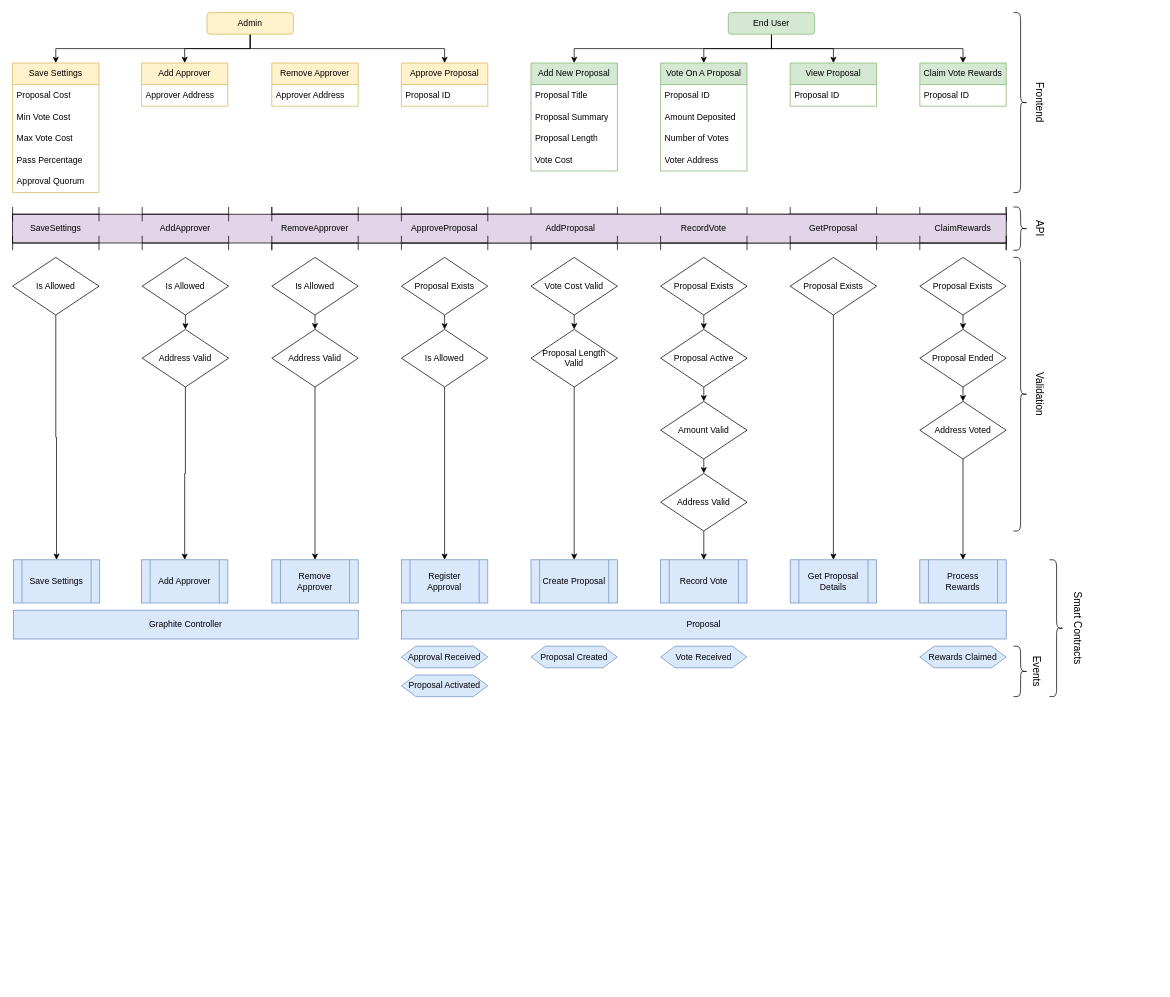
Before: Graphite.drawio in hello-adam-martin/diagrams, a draw.io diagram. Source tidied: cells renumbered, new cells numbered last; positions are measured from the earlier drawing's top-left corner, leaving out a move shared by most shapes. Both pictures are drawn from the tidied source at 72%, with x=0, y=0 at pixel (12, 12).
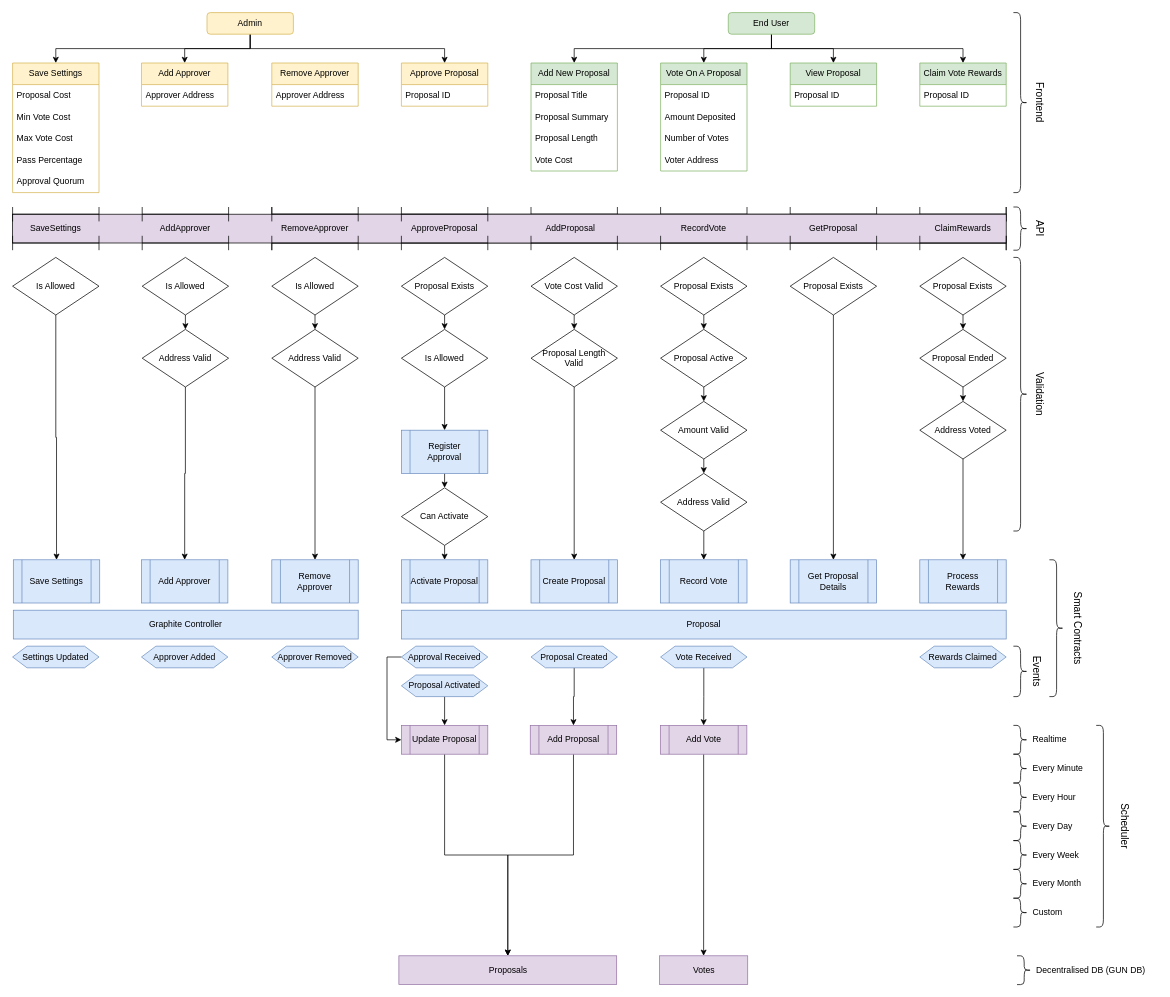
The same page after the edit.

The change refers to these unchanged cells:
```xml
<mxCell id="116" value="Proposal Created" style="shape=hexagon;perimeter=hexagonPerimeter2;whiteSpace=wrap;html=1;fixedSize=1;fillColor=#dae8fc;strokeColor=#6c8ebf;" parent="1" vertex="1">
  <mxGeometry x="720" y="880" width="120" height="30" as="geometry" />
</mxCell>
<mxCell id="117" value="Vote Received" style="shape=hexagon;perimeter=hexagonPerimeter2;whiteSpace=wrap;html=1;fixedSize=1;fillColor=#dae8fc;strokeColor=#6c8ebf;" parent="1" vertex="1">
  <mxGeometry x="900" y="880" width="120" height="30" as="geometry" />
</mxCell>
<mxCell id="119" value="Approval Received" style="shape=hexagon;perimeter=hexagonPerimeter2;whiteSpace=wrap;html=1;fixedSize=1;fillColor=#dae8fc;strokeColor=#6c8ebf;" parent="1" vertex="1">
  <mxGeometry x="540" y="880" width="120" height="30" as="geometry" />
</mxCell>
<mxCell id="120" value="Proposal Activated" style="shape=hexagon;perimeter=hexagonPerimeter2;whiteSpace=wrap;html=1;fixedSize=1;fillColor=#dae8fc;strokeColor=#6c8ebf;" parent="1" vertex="1">
  <mxGeometry x="540" y="920" width="120" height="30" as="geometry" />
</mxCell>
```

Change to the diagram source:
```diff
@@
+    <mxCell id="123" style="edgeStyle=orthogonalEdgeStyle;rounded=0;jettySize=auto;html=1;exitX=0.5;exitY=1;exitDx=0;exitDy=0;entryX=0.5;entryY=0;entryDx=0;entryDy=0;" parent="1" edge="1" source="80" target="146">
+      <mxGeometry relative="1" as="geometry" />
+    </mxCell>
     <mxCell id="80" value="Register Approval" style="shape=process;whiteSpace=wrap;html=1;backgroundOutline=1;fillColor=#dae8fc;strokeColor=#6c8ebf;" parent="1" vertex="1">
-      <mxGeometry x="540" y="760" width="120" height="60" as="geometry" />
+      <mxGeometry x="540" y="580" width="120" height="60" as="geometry" />
     </mxCell>
@@
+    <mxCell id="124" style="edgeStyle=orthogonalEdgeStyle;rounded=0;jettySize=auto;html=1;exitX=0.5;exitY=1;exitDx=0;exitDy=0;entryX=0.5;entryY=0;entryDx=0;entryDy=0;" parent="1" edge="1" source="116" target="136">
+      <mxGeometry relative="1" as="geometry" />
+    </mxCell>
@@
+    <mxCell id="125" style="edgeStyle=orthogonalEdgeStyle;rounded=0;jettySize=auto;html=1;exitX=0.5;exitY=1;exitDx=0;exitDy=0;entryX=0.5;entryY=0;entryDx=0;entryDy=0;" parent="1" edge="1" source="117" target="151">
+      <mxGeometry relative="1" as="geometry" />
+    </mxCell>
@@
+    <mxCell id="126" style="edgeStyle=orthogonalEdgeStyle;rounded=0;jettySize=auto;html=1;exitX=0;exitY=0.5;exitDx=0;exitDy=0;entryX=0;entryY=0.5;entryDx=0;entryDy=0;" parent="1" edge="1" source="119" target="138">
+      <mxGeometry relative="1" as="geometry" />
+    </mxCell>
@@
+    <mxCell id="127" style="edgeStyle=orthogonalEdgeStyle;rounded=0;jettySize=auto;html=1;exitX=0.5;exitY=1;exitDx=0;exitDy=0;entryX=0.5;entryY=0;entryDx=0;entryDy=0;" parent="1" edge="1" source="120" target="138">
+      <mxGeometry relative="1" as="geometry" />
+    </mxCell>
@@
+    <mxCell id="128" value="Proposals" style="rounded=0;whiteSpace=wrap;html=1;fillColor=#e1d5e7;strokeColor=#9673a6;" parent="1" vertex="1">
+      <mxGeometry x="536.5" y="1310" width="302.5" height="40" as="geometry" />
+    </mxCell>
+    <mxCell id="129" style="shape=curlyBracket;whiteSpace=wrap;html=1;rounded=1;flipH=1;labelPosition=right;verticalLabelPosition=middle;align=left;verticalAlign=middle;" parent="1" vertex="1">
+      <mxGeometry x="1390" y="990" width="20" height="40" as="geometry" />
+    </mxCell>
+    <mxCell id="130" value="Realtime" style="text;html=1;align=left;verticalAlign=middle;strokeColor=none;fillColor=none;" parent="1" vertex="1">
+      <mxGeometry x="1415" y="995" width="70" height="30" as="geometry" />
+    </mxCell>
+    <mxCell id="131" style="shape=curlyBracket;whiteSpace=wrap;html=1;rounded=1;flipH=1;labelPosition=right;verticalLabelPosition=middle;align=left;verticalAlign=middle;" parent="1" vertex="1">
+      <mxGeometry x="1390" y="1030" width="20" height="40" as="geometry" />
+    </mxCell>
+    <mxCell id="132" value="Every Minute" style="text;html=1;align=left;verticalAlign=middle;strokeColor=none;fillColor=none;" parent="1" vertex="1">
+      <mxGeometry x="1415" y="1035" width="90" height="30" as="geometry" />
+    </mxCell>
+    <mxCell id="133" style="shape=curlyBracket;whiteSpace=wrap;html=1;rounded=1;flipH=1;labelPosition=right;verticalLabelPosition=middle;align=left;verticalAlign=middle;" parent="1" vertex="1">
+      <mxGeometry x="1390" y="1070" width="20" height="40" as="geometry" />
+    </mxCell>
+    <mxCell id="134" value="Every Hour" style="text;html=1;align=left;verticalAlign=middle;strokeColor=none;fillColor=none;" parent="1" vertex="1">
+      <mxGeometry x="1415" y="1075" width="80" height="30" as="geometry" />
+    </mxCell>
+    <mxCell id="135" style="edgeStyle=orthogonalEdgeStyle;rounded=0;jettySize=auto;html=1;exitX=0.5;exitY=1;exitDx=0;exitDy=0;" parent="1" edge="1" source="136" target="128">
+      <mxGeometry relative="1" as="geometry" />
+    </mxCell>
+    <mxCell id="136" value="Add Proposal" style="shape=process;whiteSpace=wrap;html=1;backgroundOutline=1;fillColor=#e1d5e7;strokeColor=#9673a6;" parent="1" vertex="1">
+      <mxGeometry x="719" y="990" width="120" height="40" as="geometry" />
+    </mxCell>
+    <mxCell id="137" style="edgeStyle=orthogonalEdgeStyle;rounded=0;jettySize=auto;html=1;exitX=0.5;exitY=1;exitDx=0;exitDy=0;entryX=0.5;entryY=0;entryDx=0;entryDy=0;" parent="1" edge="1" source="138" target="128">
+      <mxGeometry relative="1" as="geometry" />
+    </mxCell>
+    <mxCell id="138" value="Update Proposal" style="shape=process;whiteSpace=wrap;html=1;backgroundOutline=1;fillColor=#e1d5e7;strokeColor=#9673a6;" parent="1" vertex="1">
+      <mxGeometry x="540" y="990" width="120" height="40" as="geometry" />
+    </mxCell>
+    <mxCell id="139" style="shape=curlyBracket;whiteSpace=wrap;html=1;rounded=1;flipH=1;labelPosition=right;verticalLabelPosition=middle;align=left;verticalAlign=middle;" parent="1" vertex="1">
+      <mxGeometry x="1505" y="990" width="20" height="280" as="geometry" />
+    </mxCell>
+    <mxCell id="140" value="Scheduler" style="text;html=1;strokeColor=none;fillColor=none;align=center;verticalAlign=middle;whiteSpace=wrap;rounded=0;rotation=90;fontSize=14;" parent="1" vertex="1">
+      <mxGeometry x="1450" y="1115" width="190" height="30" as="geometry" />
+    </mxCell>
+    <mxCell id="141" value="Settings Updated" style="shape=hexagon;perimeter=hexagonPerimeter2;whiteSpace=wrap;html=1;fixedSize=1;fillColor=#dae8fc;strokeColor=#6c8ebf;" parent="1" vertex="1">
+      <mxGeometry y="880" width="120" height="30" as="geometry" />
+    </mxCell>
+    <mxCell id="142" value="Approver Added" style="shape=hexagon;perimeter=hexagonPerimeter2;whiteSpace=wrap;html=1;fixedSize=1;fillColor=#dae8fc;strokeColor=#6c8ebf;" parent="1" vertex="1">
+      <mxGeometry x="179" y="880" width="120" height="30" as="geometry" />
+    </mxCell>
+    <mxCell id="143" value="Approver Removed" style="shape=hexagon;perimeter=hexagonPerimeter2;whiteSpace=wrap;html=1;fixedSize=1;fillColor=#dae8fc;strokeColor=#6c8ebf;" parent="1" vertex="1">
+      <mxGeometry x="360" y="880" width="120" height="30" as="geometry" />
+    </mxCell>
+    <mxCell id="144" value="Activate Proposal" style="shape=process;whiteSpace=wrap;html=1;backgroundOutline=1;fillColor=#dae8fc;strokeColor=#6c8ebf;" parent="1" vertex="1">
+      <mxGeometry x="540" y="760" width="120" height="60" as="geometry" />
+    </mxCell>
+    <mxCell id="145" style="edgeStyle=orthogonalEdgeStyle;rounded=0;jettySize=auto;html=1;exitX=0.5;exitY=1;exitDx=0;exitDy=0;entryX=0.5;entryY=0;entryDx=0;entryDy=0;" parent="1" edge="1" source="146" target="144">
+      <mxGeometry relative="1" as="geometry" />
+    </mxCell>
+    <mxCell id="146" value="Can Activate" style="rhombus;whiteSpace=wrap;html=1;" parent="1" vertex="1">
+      <mxGeometry x="540" y="660" width="120" height="80" as="geometry" />
+    </mxCell>
+    <mxCell id="147" style="shape=curlyBracket;whiteSpace=wrap;html=1;rounded=1;flipH=1;labelPosition=right;verticalLabelPosition=middle;align=left;verticalAlign=middle;" parent="1" vertex="1">
+      <mxGeometry x="1395" y="1310" width="20" height="40" as="geometry" />
+    </mxCell>
+    <mxCell id="148" value="Decentralised DB (GUN DB)" style="text;html=1;align=left;verticalAlign=middle;strokeColor=none;fillColor=none;" parent="1" vertex="1">
+      <mxGeometry x="1420" y="1315" width="170" height="30" as="geometry" />
+    </mxCell>
+    <mxCell id="149" value="Votes" style="rounded=0;whiteSpace=wrap;html=1;fillColor=#e1d5e7;strokeColor=#9673a6;" parent="1" vertex="1">
+      <mxGeometry x="898.5" y="1310" width="122.5" height="40" as="geometry" />
+    </mxCell>
+    <mxCell id="150" style="edgeStyle=orthogonalEdgeStyle;rounded=0;jettySize=auto;html=1;exitX=0.5;exitY=1;exitDx=0;exitDy=0;entryX=0.5;entryY=0;entryDx=0;entryDy=0;" parent="1" edge="1" source="151" target="149">
+      <mxGeometry relative="1" as="geometry" />
+    </mxCell>
+    <mxCell id="151" value="Add Vote" style="shape=process;whiteSpace=wrap;html=1;backgroundOutline=1;fillColor=#e1d5e7;strokeColor=#9673a6;" parent="1" vertex="1">
+      <mxGeometry x="899.8" y="990" width="120" height="40" as="geometry" />
+    </mxCell>
+    <mxCell id="152" style="shape=curlyBracket;whiteSpace=wrap;html=1;rounded=1;flipH=1;labelPosition=right;verticalLabelPosition=middle;align=left;verticalAlign=middle;" parent="1" vertex="1">
+      <mxGeometry x="1390" y="1110" width="20" height="40" as="geometry" />
+    </mxCell>
+    <mxCell id="153" style="shape=curlyBracket;whiteSpace=wrap;html=1;rounded=1;flipH=1;labelPosition=right;verticalLabelPosition=middle;align=left;verticalAlign=middle;" parent="1" vertex="1">
+      <mxGeometry x="1390" y="1150" width="20" height="40" as="geometry" />
+    </mxCell>
+    <mxCell id="154" value="Every Day" style="text;html=1;align=left;verticalAlign=middle;strokeColor=none;fillColor=none;" parent="1" vertex="1">
+      <mxGeometry x="1415" y="1115" width="80" height="30" as="geometry" />
+    </mxCell>
+    <mxCell id="155" value="Every Week" style="text;html=1;align=left;verticalAlign=middle;strokeColor=none;fillColor=none;" parent="1" vertex="1">
+      <mxGeometry x="1415" y="1155" width="90" height="30" as="geometry" />
+    </mxCell>
+    <mxCell id="156" style="shape=curlyBracket;whiteSpace=wrap;html=1;rounded=1;flipH=1;labelPosition=right;verticalLabelPosition=middle;align=left;verticalAlign=middle;" parent="1" vertex="1">
+      <mxGeometry x="1390" y="1190" width="20" height="40" as="geometry" />
+    </mxCell>
+    <mxCell id="157" style="shape=curlyBracket;whiteSpace=wrap;html=1;rounded=1;flipH=1;labelPosition=right;verticalLabelPosition=middle;align=left;verticalAlign=middle;" parent="1" vertex="1">
+      <mxGeometry x="1390" y="1230" width="20" height="40" as="geometry" />
+    </mxCell>
+    <mxCell id="158" value="Every Month" style="text;html=1;align=left;verticalAlign=middle;strokeColor=none;fillColor=none;" parent="1" vertex="1">
+      <mxGeometry x="1415" y="1195" width="90" height="30" as="geometry" />
+    </mxCell>
+    <mxCell id="159" value="Custom" style="text;html=1;align=left;verticalAlign=middle;strokeColor=none;fillColor=none;" parent="1" vertex="1">
+      <mxGeometry x="1415" y="1235" width="60" height="30" as="geometry" />
+    </mxCell>
```
